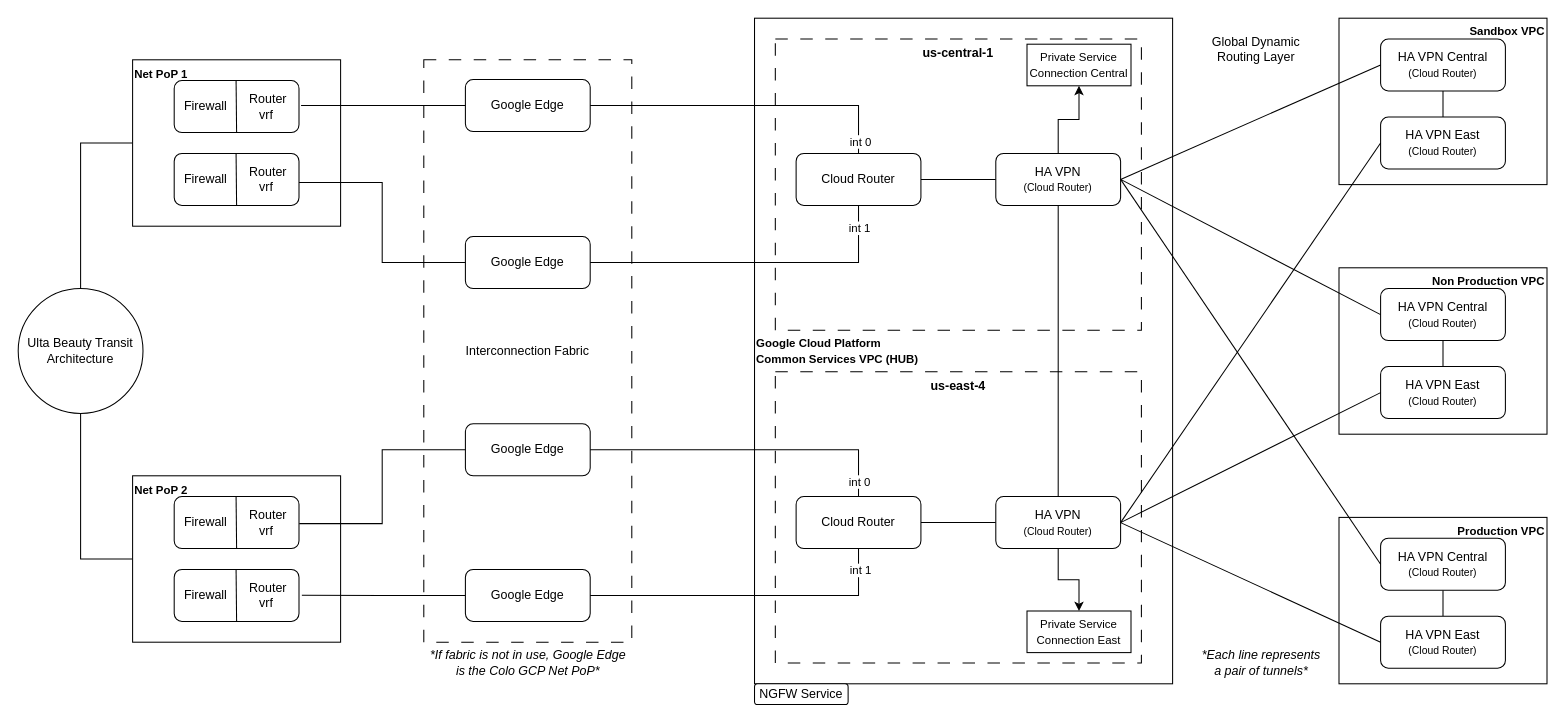
The draw.io diagram page "GCP Resiliency" (6 of 29) of disaster-recovery.drawio in bpayt2/temp, before the edit. Source tidied: cells renumbered, new cells numbered last; positions are measured from the earlier drawing's top-left corner, leaving out a move shared by most shapes. Both pictures are drawn from the tidied source at 104%, with x=0, y=0 at pixel (18, 18).
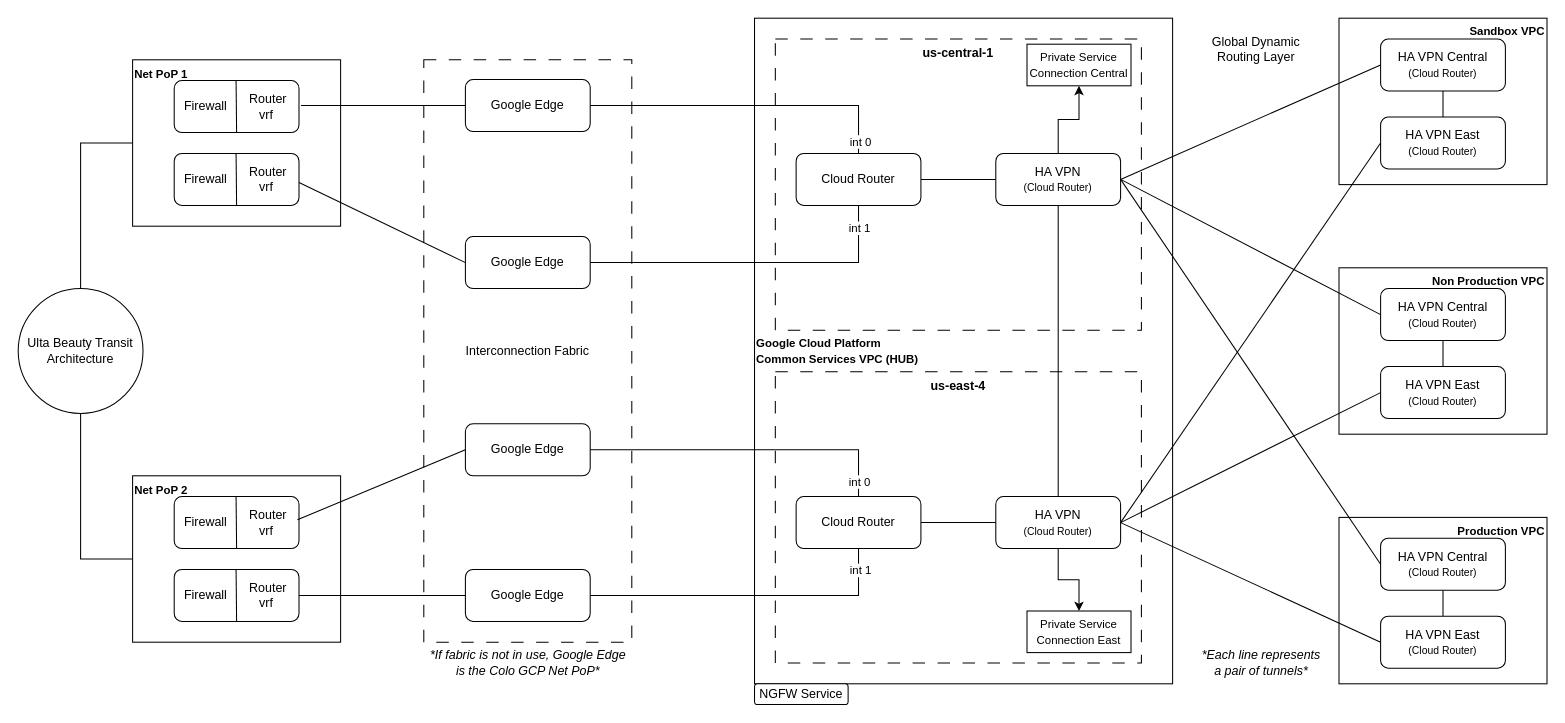
The same diagram, later.

Unchanged cells that the change refers to:
```xml
<mxCell id="12" value="Router &lt;br&gt;vrf&amp;nbsp;" style="text;html=1;align=center;verticalAlign=middle;points=[];strokeColor=none;fillColor=none;" parent="1" vertex="1">
  <mxGeometry x="210" y="65" width="60" height="40" as="geometry" />
</mxCell>
<mxCell id="13" value="Router &lt;br&gt;vrf&amp;nbsp;" style="text;html=1;align=center;verticalAlign=middle;points=[];strokeColor=none;fillColor=none;" parent="1" vertex="1">
  <mxGeometry x="210" y="135" width="60" height="40" as="geometry" />
</mxCell>
<mxCell id="22" value="Router &lt;br&gt;vrf&amp;nbsp;" style="text;html=1;align=center;verticalAlign=middle;points=[];strokeColor=none;fillColor=none;" parent="1" vertex="1">
  <mxGeometry x="210" y="465" width="60" height="40" as="geometry" />
</mxCell>
<mxCell id="23" value="Router &lt;br&gt;vrf&amp;nbsp;" style="text;html=1;align=center;verticalAlign=middle;points=[];strokeColor=none;fillColor=none;" parent="1" vertex="1">
  <mxGeometry x="210" y="535" width="60" height="40" as="geometry" />
</mxCell>
<mxCell id="26" value="Google Edge" style="rounded=1;whiteSpace=wrap;html=1;" parent="1" vertex="1">
  <mxGeometry x="430" y="59" width="120" height="50" as="geometry" />
</mxCell>
<mxCell id="27" value="Google Edge" style="rounded=1;whiteSpace=wrap;html=1;" parent="1" vertex="1">
  <mxGeometry x="430" y="210" width="120" height="50" as="geometry" />
</mxCell>
<mxCell id="28" value="Google Edge" style="rounded=1;whiteSpace=wrap;html=1;" parent="1" vertex="1">
  <mxGeometry x="430" y="390" width="120" height="50" as="geometry" />
</mxCell>
<mxCell id="30" value="Google Edge" style="rounded=1;whiteSpace=wrap;html=1;" parent="1" vertex="1">
  <mxGeometry x="430" y="530" width="120" height="50" as="geometry" />
</mxCell>
```

Diff of the diagram source:
```diff
@@
-    <mxCell id="29" style="edgeStyle=orthogonalEdgeStyle;rounded=0;jettySize=auto;html=1;exitX=0;exitY=0.5;exitDx=0;exitDy=0;endArrow=none;endFill=0;entryX=1.046;entryY=0.494;entryDx=0;entryDy=0;entryPerimeter=0;" parent="1" edge="1" source="30" target="23">
+    <mxCell id="29" style="rounded=0;jettySize=auto;html=1;exitX=0;exitY=0.5;exitDx=0;exitDy=0;endArrow=none;endFill=0;" parent="1" edge="1" source="30" target="23">
       <mxGeometry relative="1" as="geometry" />
     </mxCell>
@@
-    <mxCell id="31" style="edgeStyle=orthogonalEdgeStyle;rounded=0;jettySize=auto;html=1;exitX=0;exitY=0.5;exitDx=0;exitDy=0;endArrow=none;endFill=0;entryX=1.004;entryY=0.525;entryDx=0;entryDy=0;entryPerimeter=0;" parent="1" edge="1" source="28" target="22">
+    <mxCell id="31" style="rounded=0;jettySize=auto;html=1;exitX=0;exitY=0.5;exitDx=0;exitDy=0;endArrow=none;endFill=0;entryX=0.975;entryY=0.432;entryDx=0;entryDy=0;entryPerimeter=0;" parent="1" edge="1" source="28" target="22">
       <mxGeometry relative="1" as="geometry" />
     </mxCell>
-    <mxCell id="32" style="edgeStyle=orthogonalEdgeStyle;rounded=0;jettySize=auto;html=1;exitX=0;exitY=0.5;exitDx=0;exitDy=0;entryX=1;entryY=0.575;entryDx=0;entryDy=0;entryPerimeter=0;endArrow=none;endFill=0;" parent="1" edge="1" source="27" target="13">
-      <mxGeometry relative="1" as="geometry" />
-    </mxCell>
-    <mxCell id="33" style="edgeStyle=orthogonalEdgeStyle;rounded=0;jettySize=auto;html=1;exitX=0;exitY=0.5;exitDx=0;exitDy=0;entryX=1.033;entryY=0.475;entryDx=0;entryDy=0;entryPerimeter=0;endArrow=none;endFill=0;" parent="1" edge="1" source="26" target="12">
+    <mxCell id="33" style="rounded=0;jettySize=auto;html=1;exitX=0;exitY=0.5;exitDx=0;exitDy=0;entryX=1.033;entryY=0.475;entryDx=0;entryDy=0;entryPerimeter=0;endArrow=none;endFill=0;" parent="1" edge="1" source="26" target="12">
       <mxGeometry relative="1" as="geometry" />
     </mxCell>
@@
+    <mxCell id="32" style="rounded=0;jettySize=auto;html=1;exitX=0;exitY=0.5;exitDx=0;exitDy=0;entryX=1;entryY=0.575;entryDx=0;entryDy=0;entryPerimeter=0;endArrow=none;endFill=0;" parent="1" edge="1" source="27" target="13">
+      <mxGeometry relative="1" as="geometry" />
+    </mxCell>
```
